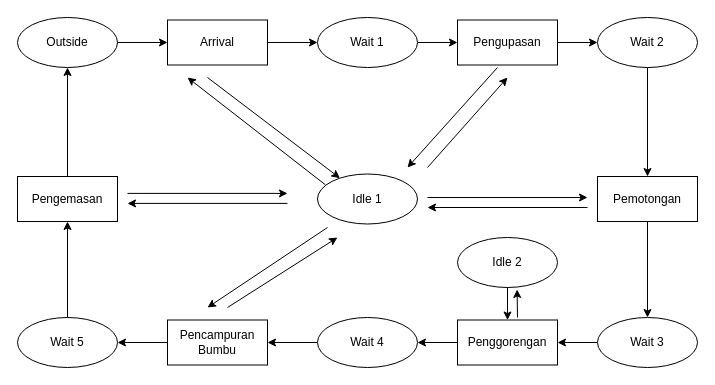
Above: acd keripik.drawio in rianromad/Image-Storage (draw.io), before the change. Source tidied: cells renumbered, new cells numbered last; positions are measured from the earlier drawing's top-left corner, leaving out a move shared by most shapes. Both pictures are drawn from the tidied source at 100%, with x=0, y=0 at pixel (17, 17).
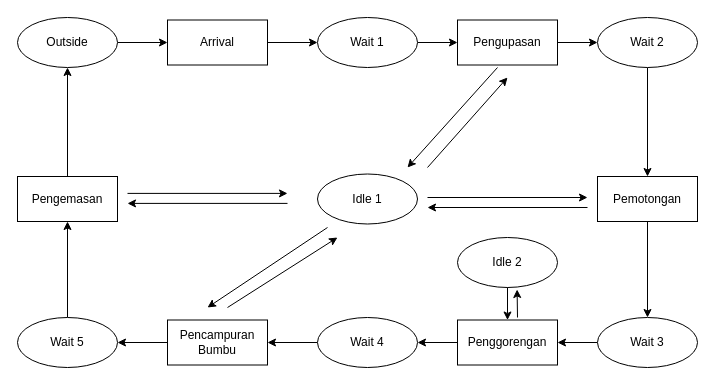
The same diagram, later.

Unchanged cells that the change refers to:
```xml
<mxCell id="26" value="Idle 1" style="ellipse;whiteSpace=wrap;html=1;" parent="1" vertex="1">
  <mxGeometry x="300" y="156.5" width="100" height="50" as="geometry" />
</mxCell>
```

Diff of the diagram source:
```diff
@@
-    <mxCell id="27" style="endArrow=classic;html=1;rounded=0;exitX=0.079;exitY=0.216;exitDx=0;exitDy=0;exitPerimeter=0;" parent="1" edge="1" source="26">
-      <mxGeometry relative="1" as="geometry">
-        <mxPoint x="170" y="60" as="targetPoint" />
-      </mxGeometry>
-    </mxCell>
-    <mxCell id="28" style="endArrow=classic;html=1;rounded=0;" parent="1" edge="1" target="26">
-      <mxGeometry relative="1" as="geometry">
-        <mxPoint x="190" y="60" as="sourcePoint" />
-      </mxGeometry>
-    </mxCell>
```
